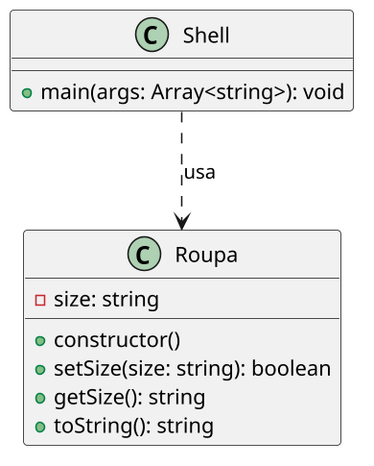
This is labs/roupa/assets/diagrama.png from qxcodepoo/arcade, a PlantUML export, as it was before one commit. Its diagram source:
```plantuml
@startuml

skinparam defaultFontName "Source Code Pro"
skinparam dpi 150

class Roupa {
  - size: string
  __
  + constructor()
  + setSize(size: string): boolean
  + getSize(): string
  + toString(): string
}

class Shell {
  __
  + main(args: Array<string>): void
}

Shell ..> Roupa : usa

@enduml
```
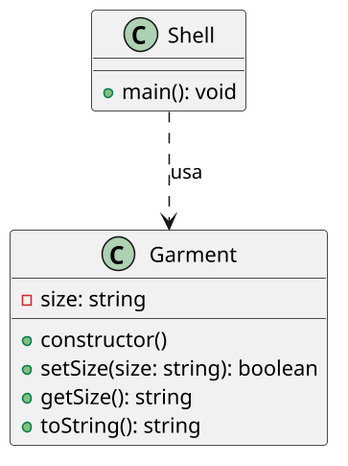
The same file after the commit.

Change to the diagram source:
```diff
@@ -3,7 +3,7 @@
 skinparam defaultFontName "Source Code Pro"
 skinparam dpi 150
 
-class Roupa {
+class Garment {
   - size: string
   __
   + constructor()
@@ -14,9 +14,9 @@
 
 class Shell {
   __
-  + main(args: Array<string>): void
+  + main(): void
 }
 
-Shell ..> Roupa : usa
+Shell ..> Garment : usa
 
 @enduml
```
